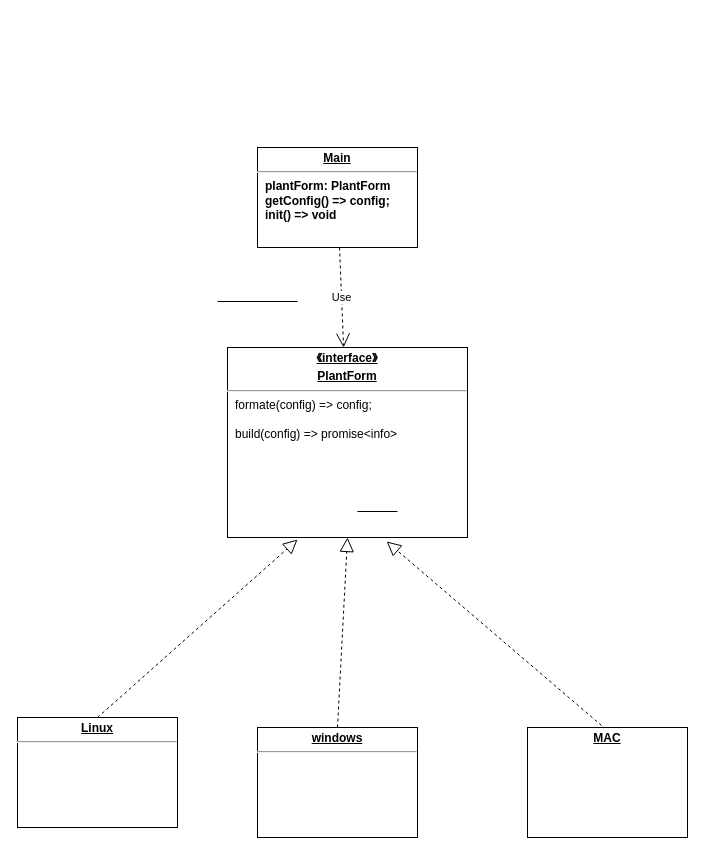
The draw.io diagram 未命名绘图.drawio in KevinBrother/draw, before the edit. Source tidied: cells renumbered, new cells numbered last; positions are measured from the earlier drawing's top-left corner, leaving out a move shared by most shapes. Both pictures are drawn from the tidied source at 100%, with x=0, y=0 at pixel (17, 147).
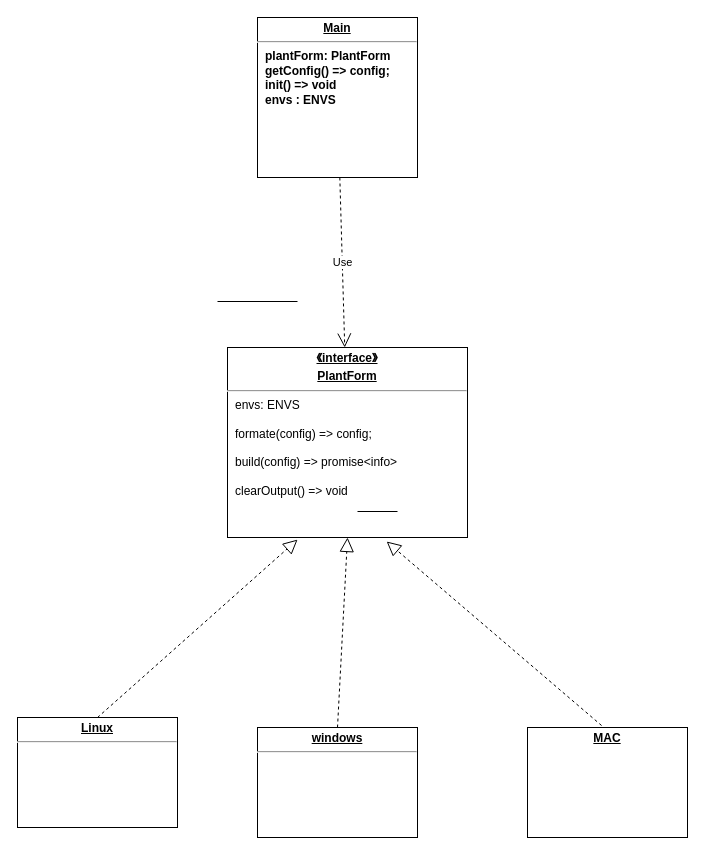
The same page after the edit.

Commit message:
upd(rpa-project-pack)

What changed in the source:
```diff
@@
-    <mxCell id="10" value="&lt;p style=&quot;margin:0px;margin-top:4px;text-align:center;text-decoration:underline;&quot;&gt;&lt;b&gt;《interface》&lt;/b&gt;&lt;/p&gt;&lt;p style=&quot;margin:0px;margin-top:4px;text-align:center;text-decoration:underline;&quot;&gt;&lt;b&gt;PlantForm&lt;/b&gt;&lt;/p&gt;&lt;hr&gt;&lt;p style=&quot;margin:0px;margin-left:8px;&quot;&gt;formate(config) =&amp;gt; config;&lt;/p&gt;&lt;p style=&quot;margin:0px;margin-left:8px;&quot;&gt;&lt;br&gt;&lt;/p&gt;&lt;p style=&quot;margin:0px;margin-left:8px;&quot;&gt;build(config) =&amp;gt; promise&amp;lt;info&amp;gt;&lt;/p&gt;" style="verticalAlign=top;align=left;overflow=fill;fontSize=12;fontFamily=Helvetica;html=1;" parent="1" vertex="1">
+    <mxCell id="10" value="&lt;p style=&quot;margin:0px;margin-top:4px;text-align:center;text-decoration:underline;&quot;&gt;&lt;b&gt;《interface》&lt;/b&gt;&lt;/p&gt;&lt;p style=&quot;margin:0px;margin-top:4px;text-align:center;text-decoration:underline;&quot;&gt;&lt;b&gt;PlantForm&lt;/b&gt;&lt;/p&gt;&lt;hr&gt;&lt;p style=&quot;margin:0px;margin-left:8px;&quot;&gt;envs: ENVS&lt;/p&gt;&lt;p style=&quot;margin:0px;margin-left:8px;&quot;&gt;&lt;br&gt;&lt;/p&gt;&lt;p style=&quot;margin:0px;margin-left:8px;&quot;&gt;formate(config) =&amp;gt; config;&lt;/p&gt;&lt;p style=&quot;margin:0px;margin-left:8px;&quot;&gt;&lt;br&gt;&lt;/p&gt;&lt;p style=&quot;margin:0px;margin-left:8px;&quot;&gt;build(config) =&amp;gt; promise&amp;lt;info&amp;gt;&lt;/p&gt;&lt;p style=&quot;margin:0px;margin-left:8px;&quot;&gt;&lt;br&gt;&lt;/p&gt;&lt;p style=&quot;margin:0px;margin-left:8px;&quot;&gt;clearOutput() =&amp;gt; void&lt;br&gt;&lt;/p&gt;" style="verticalAlign=top;align=left;overflow=fill;fontSize=12;fontFamily=Helvetica;html=1;" parent="1" vertex="1">
       <mxGeometry x="210" y="200" width="240" height="190" as="geometry" />
     </mxCell>
@@
-    <mxCell id="13" value="&lt;p style=&quot;margin:0px;margin-top:4px;text-align:center;text-decoration:underline;&quot;&gt;&lt;b&gt;Main&lt;/b&gt;&lt;/p&gt;&lt;hr&gt;&lt;p style=&quot;margin:0px;margin-left:8px;&quot;&gt;&lt;b style=&quot;border-color: var(--border-color); text-align: center;&quot;&gt;plantForm: PlantForm&lt;/b&gt;&lt;br&gt;&lt;/p&gt;&lt;p style=&quot;margin:0px;margin-left:8px;&quot;&gt;&lt;b style=&quot;border-color: var(--border-color); text-align: center;&quot;&gt;getConfig() =&amp;gt; config;&lt;/b&gt;&lt;/p&gt;&lt;p style=&quot;margin:0px;margin-left:8px;&quot;&gt;&lt;b style=&quot;border-color: var(--border-color); text-align: center;&quot;&gt;init() =&amp;gt; void&lt;/b&gt;&lt;/p&gt;&lt;p style=&quot;margin:0px;margin-left:8px;&quot;&gt;&lt;b style=&quot;border-color: var(--border-color); text-align: center;&quot;&gt;&lt;br&gt;&lt;/b&gt;&lt;/p&gt;" style="verticalAlign=top;align=left;overflow=fill;fontSize=12;fontFamily=Helvetica;html=1;" parent="1" vertex="1">
-      <mxGeometry x="240" width="160" height="100" as="geometry" />
+    <mxCell id="13" value="&lt;p style=&quot;margin:0px;margin-top:4px;text-align:center;text-decoration:underline;&quot;&gt;&lt;b&gt;Main&lt;/b&gt;&lt;/p&gt;&lt;hr&gt;&lt;p style=&quot;margin:0px;margin-left:8px;&quot;&gt;&lt;b style=&quot;border-color: var(--border-color); text-align: center;&quot;&gt;plantForm: PlantForm&lt;/b&gt;&lt;br&gt;&lt;/p&gt;&lt;p style=&quot;margin:0px;margin-left:8px;&quot;&gt;&lt;b style=&quot;border-color: var(--border-color); text-align: center;&quot;&gt;getConfig() =&amp;gt; config;&lt;/b&gt;&lt;/p&gt;&lt;p style=&quot;margin:0px;margin-left:8px;&quot;&gt;&lt;b style=&quot;border-color: var(--border-color); text-align: center;&quot;&gt;init() =&amp;gt; void&lt;/b&gt;&lt;/p&gt;&lt;p style=&quot;margin:0px;margin-left:8px;&quot;&gt;&lt;b style=&quot;border-color: var(--border-color); text-align: center;&quot;&gt;envs : ENVS&lt;/b&gt;&lt;/p&gt;" style="verticalAlign=top;align=left;overflow=fill;fontSize=12;fontFamily=Helvetica;html=1;" parent="1" vertex="1">
+      <mxGeometry x="240" y="-130" width="160" height="160" as="geometry" />
     </mxCell>
```
